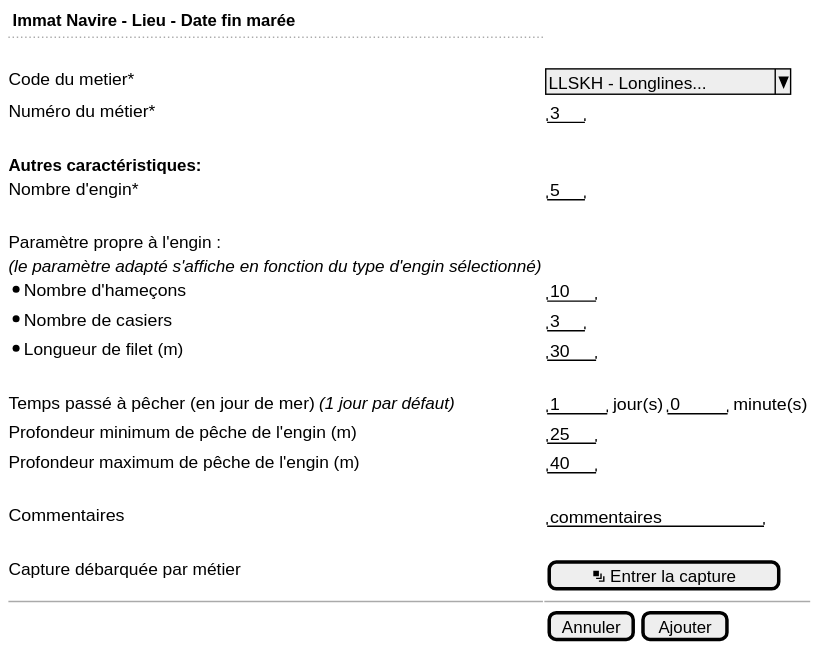
This is use-case/collect/trip/landing-ui-effort-tablet.svg from sumaris-net/sumaris-doc, a PlantUML export, as it was before one commit. Its source is kept beside it as use-case/collect/trip/landing-ui-effort-tablet.puml.
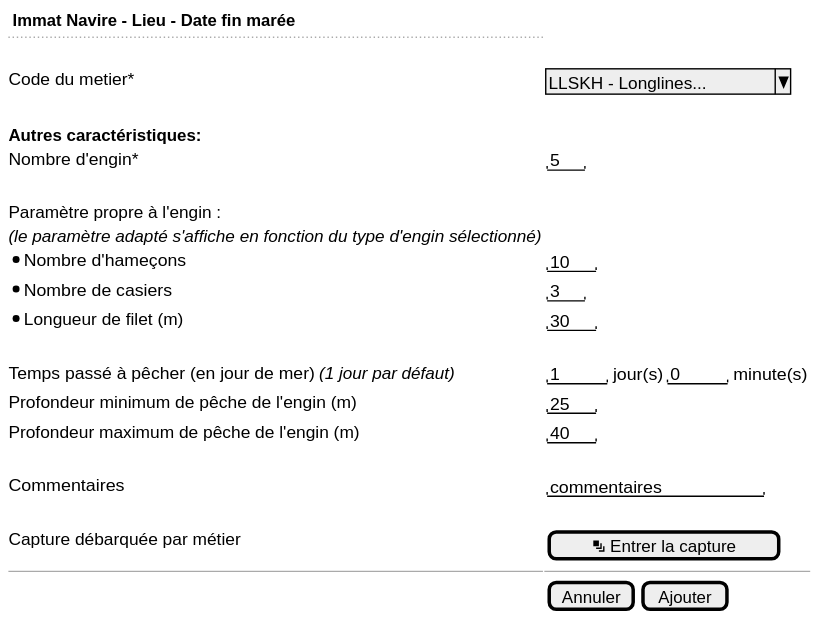
Above is the later version.

What changed in the source:
```diff
@@ -4,7 +4,6 @@
   ..
   .
   Code du metier*    | { ^LLSKH - Longlines...^ }
-  Numéro du métier*     | { " 3 " }
   .
   <b>Autres caractéristiques:
   Nombre d'engin*     | { " 5 " }
```
